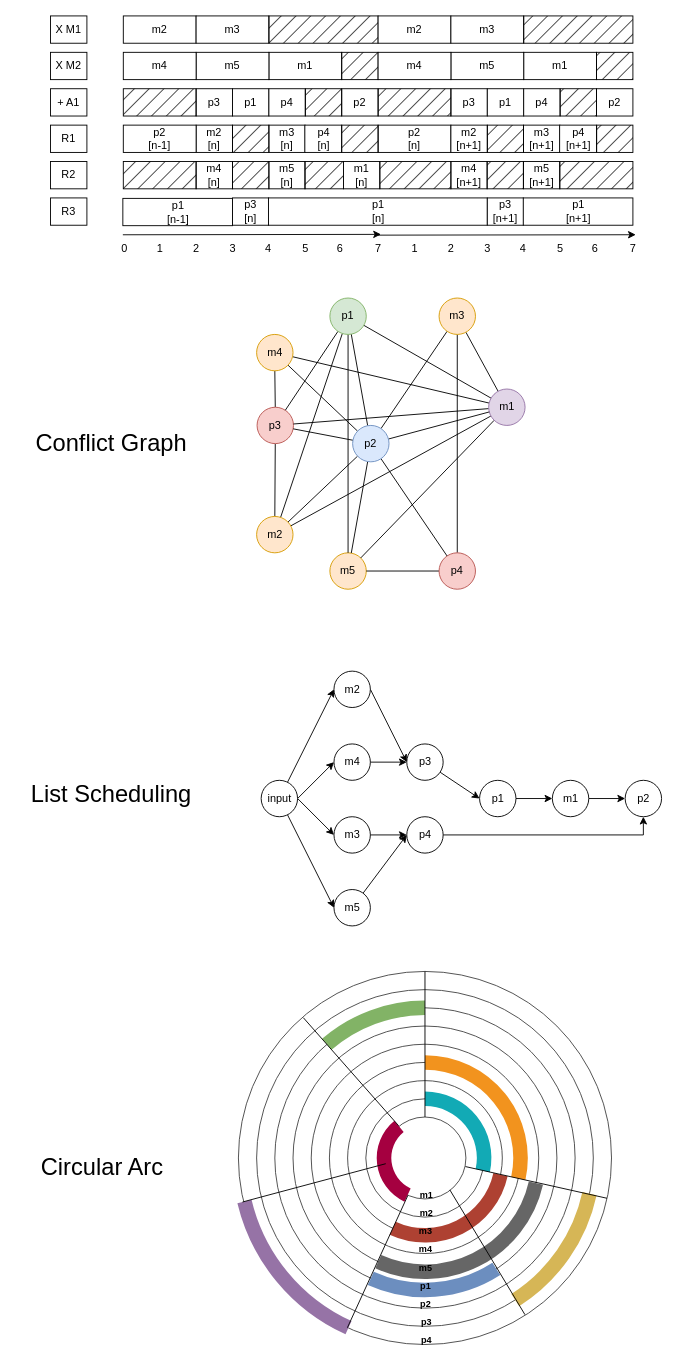
This is page "Circular-arc graph" (3 of 5) of Assignement1/IDSP DrawIO.drawio from martinreinok/IDSP191210950, a draw.io file, before an edit. Source tidied: cells renumbered, new cells numbered last; positions are measured from the earlier drawing's top-left corner, leaving out a move shared by most shapes. Both pictures are drawn from the tidied source at 91%, with x=0, y=0 at pixel (15, 15).
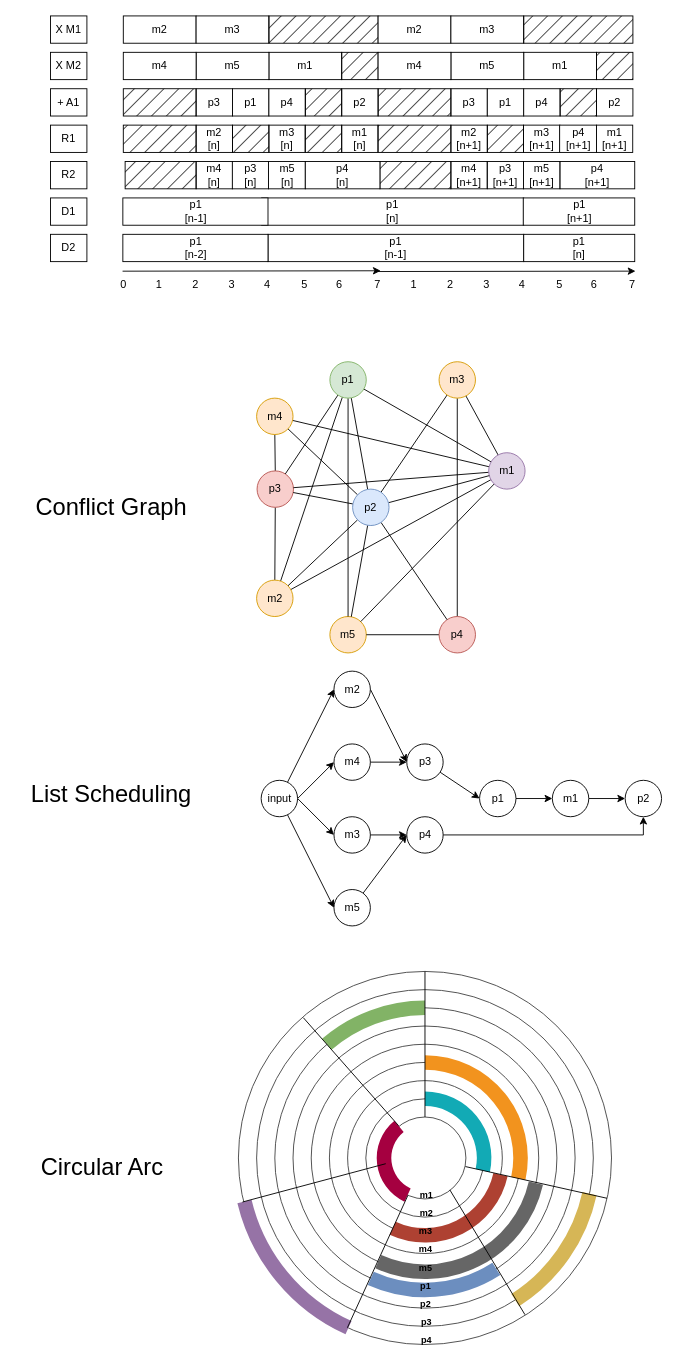
Above is the later version.

Commit message (it also covers changes not shown here):
Added a register for delay

The edit, as a diff of the source:
```diff
@@
     <mxCell id="42" style="edgeStyle=none;rounded=0;jettySize=auto;html=1;fontSize=12;endArrow=none;endFill=0;" parent="1" edge="1" source="45">
       <mxGeometry relative="1" as="geometry">
-        <mxPoint x="358.7" y="349" as="targetPoint" />
+        <mxPoint x="358.7" y="419" as="targetPoint" />
       </mxGeometry>
     </mxCell>
@@
     <mxCell id="45" value="m2" style="ellipse;whiteSpace=wrap;html=1;fontSize=12;fillColor=#ffe6cc;strokeColor=#d79b00;" parent="1" vertex="1">
-      <mxGeometry x="264.5" y="550" width="40" height="40" as="geometry" />
+      <mxGeometry x="264.5" y="620" width="40" height="40" as="geometry" />
     </mxCell>
     <mxCell id="46" style="edgeStyle=none;rounded=0;jettySize=auto;html=1;fontSize=12;endArrow=none;endFill=0;" parent="1" edge="1" target="53">
       <mxGeometry relative="1" as="geometry">
-        <mxPoint x="485" y="350" as="sourcePoint" />
+        <mxPoint x="485" y="420" as="sourcePoint" />
       </mxGeometry>
     </mxCell>
     <mxCell id="47" style="edgeStyle=none;rounded=0;jettySize=auto;html=1;fontSize=12;endArrow=none;endFill=0;" parent="1" edge="1" target="57">
       <mxGeometry relative="1" as="geometry">
-        <mxPoint x="494.5" y="347.6" as="sourcePoint" />
+        <mxPoint x="494.5" y="417.6" as="sourcePoint" />
       </mxGeometry>
     </mxCell>
     <mxCell id="48" style="edgeStyle=none;rounded=0;jettySize=auto;html=1;fontSize=12;endArrow=none;endFill=0;" parent="1" edge="1" target="57">
       <mxGeometry relative="1" as="geometry">
-        <mxPoint x="304" y="374.5" as="sourcePoint" />
+        <mxPoint x="304" y="444.5" as="sourcePoint" />
       </mxGeometry>
     </mxCell>
     <mxCell id="49" style="edgeStyle=none;rounded=0;jettySize=auto;html=1;fontSize=12;endArrow=none;endFill=0;" parent="1" edge="1" target="51">
       <mxGeometry relative="1" as="geometry">
-        <mxPoint x="284.5" y="390" as="sourcePoint" />
+        <mxPoint x="284.5" y="460" as="sourcePoint" />
       </mxGeometry>
     </mxCell>
     <mxCell id="50" value="m5" style="ellipse;whiteSpace=wrap;html=1;fontSize=12;fillColor=#ffe6cc;strokeColor=#d79b00;" parent="1" vertex="1">
-      <mxGeometry x="345" y="590" width="40" height="40" as="geometry" />
+      <mxGeometry x="345" y="660" width="40" height="40" as="geometry" />
     </mxCell>
     <mxCell id="51" value="p3" style="ellipse;whiteSpace=wrap;html=1;fontSize=12;fillColor=#f8cecc;strokeColor=#b85450;" parent="1" vertex="1">
-      <mxGeometry x="265" y="430" width="40" height="40" as="geometry" />
+      <mxGeometry x="265" y="500" width="40" height="40" as="geometry" />
     </mxCell>
@@
     <mxCell id="53" value="p4" style="ellipse;whiteSpace=wrap;html=1;fontSize=12;fillColor=#f8cecc;strokeColor=#b85450;" parent="1" vertex="1">
-      <mxGeometry x="465" y="590" width="40" height="40" as="geometry" />
+      <mxGeometry x="465" y="660" width="40" height="40" as="geometry" />
     </mxCell>
@@
     <mxCell id="55" style="edgeStyle=none;rounded=0;jettySize=auto;html=1;fontSize=12;endArrow=none;endFill=0;" parent="1" edge="1" source="57">
       <mxGeometry relative="1" as="geometry">
-        <mxPoint x="382.3" y="340" as="targetPoint" />
+        <mxPoint x="382.3" y="410" as="targetPoint" />
       </mxGeometry>
     </mxCell>
@@
     <mxCell id="57" value="m1" style="ellipse;whiteSpace=wrap;html=1;fontSize=12;fillColor=#e1d5e7;strokeColor=#9673a6;" parent="1" vertex="1">
-      <mxGeometry x="519.5" y="410" width="40" height="40" as="geometry" />
+      <mxGeometry x="519.5" y="480" width="40" height="40" as="geometry" />
     </mxCell>
     <mxCell id="58" style="edgeStyle=none;rounded=0;jettySize=auto;html=1;fontSize=12;endArrow=none;endFill=0;" parent="1" edge="1" target="50">
       <mxGeometry relative="1" as="geometry">
-        <mxPoint x="365" y="350" as="sourcePoint" />
+        <mxPoint x="365" y="420" as="sourcePoint" />
       </mxGeometry>
     </mxCell>
     <mxCell id="59" style="edgeStyle=none;rounded=0;jettySize=auto;html=1;fontSize=12;endArrow=none;endFill=0;" parent="1" edge="1" target="51">
       <mxGeometry relative="1" as="geometry">
-        <mxPoint x="353.9" y="346.6" as="sourcePoint" />
+        <mxPoint x="353.9" y="416.6" as="sourcePoint" />
       </mxGeometry>
     </mxCell>
     <mxCell id="60" style="edgeStyle=none;rounded=0;jettySize=auto;html=1;fontSize=12;endArrow=none;endFill=0;" parent="1" edge="1" source="68">
       <mxGeometry relative="1" as="geometry">
-        <mxPoint x="299" y="383.8" as="targetPoint" />
+        <mxPoint x="299" y="453.8" as="targetPoint" />
       </mxGeometry>
     </mxCell>
@@
     <mxCell id="66" style="edgeStyle=none;rounded=0;jettySize=auto;html=1;fontSize=12;endArrow=none;endFill=0;" parent="1" edge="1" source="68">
       <mxGeometry relative="1" as="geometry">
-        <mxPoint x="473.8" y="346.6" as="targetPoint" />
+        <mxPoint x="473.8" y="416.6" as="targetPoint" />
       </mxGeometry>
     </mxCell>
     <mxCell id="67" style="edgeStyle=none;rounded=0;jettySize=auto;html=1;fontSize=12;endArrow=none;endFill=0;" parent="1" edge="1" source="68">
       <mxGeometry relative="1" as="geometry">
-        <mxPoint x="368.5" y="349.7" as="targetPoint" />
+        <mxPoint x="368.5" y="419.7" as="targetPoint" />
       </mxGeometry>
     </mxCell>
     <mxCell id="68" value="p2" style="ellipse;whiteSpace=wrap;html=1;fontSize=12;fillColor=#dae8fc;strokeColor=#6c8ebf;" parent="1" vertex="1">
-      <mxGeometry x="370" y="450" width="40" height="40" as="geometry" />
+      <mxGeometry x="370" y="520" width="40" height="40" as="geometry" />
     </mxCell>
     <mxCell id="69" value="Conflict Graph" style="text;html=1;strokeColor=none;fillColor=none;align=center;verticalAlign=middle;whiteSpace=wrap;rounded=0;fontSize=26;" parent="1" vertex="1">
-      <mxGeometry x="9.5" y="455" width="190" height="30" as="geometry" />
+      <mxGeometry x="9.5" y="525" width="190" height="30" as="geometry" />
     </mxCell>
@@
     <mxCell id="99" style="endArrow=classic;html=1;rounded=0;entryX=0.622;entryY=-0.015;entryDx=0;entryDy=0;entryPerimeter=0;" parent="1" edge="1" target="108">
       <mxGeometry relative="1" as="geometry">
-        <mxPoint x="117.5" y="240.5" as="sourcePoint" />
+        <mxPoint x="117.2" y="280.5" as="sourcePoint" />
       </mxGeometry>
     </mxCell>
@@
     <mxCell id="101" value="0" style="text;html=1;align=center;verticalAlign=middle;strokeColor=none;fillColor=none;" parent="1" vertex="1">
-      <mxGeometry x="103.5" y="240.5" width="30" height="30" as="geometry" />
+      <mxGeometry x="103.2" y="280.5" width="30" height="30" as="geometry" />
     </mxCell>
     <mxCell id="102" value="1" style="text;html=1;align=center;verticalAlign=middle;strokeColor=none;fillColor=none;" parent="1" vertex="1">
-      <mxGeometry x="142.5" y="240.5" width="30" height="30" as="geometry" />
+      <mxGeometry x="142.2" y="280.5" width="30" height="30" as="geometry" />
     </mxCell>
     <mxCell id="103" value="2" style="text;html=1;align=center;verticalAlign=middle;strokeColor=none;fillColor=none;" parent="1" vertex="1">
-      <mxGeometry x="182.5" y="240.5" width="30" height="30" as="geometry" />
+      <mxGeometry x="182.2" y="280.5" width="30" height="30" as="geometry" />
     </mxCell>
     <mxCell id="104" value="3" style="text;html=1;align=center;verticalAlign=middle;strokeColor=none;fillColor=none;" parent="1" vertex="1">
-      <mxGeometry x="222.5" y="240.5" width="30" height="30" as="geometry" />
+      <mxGeometry x="222.2" y="280.5" width="30" height="30" as="geometry" />
     </mxCell>
     <mxCell id="105" value="4" style="text;html=1;align=center;verticalAlign=middle;strokeColor=none;fillColor=none;" parent="1" vertex="1">
-      <mxGeometry x="261.5" y="240.5" width="30" height="30" as="geometry" />
+      <mxGeometry x="261.2" y="280.5" width="30" height="30" as="geometry" />
     </mxCell>
     <mxCell id="106" value="5" style="text;html=1;align=center;verticalAlign=middle;strokeColor=none;fillColor=none;" parent="1" vertex="1">
-      <mxGeometry x="302.5" y="240.5" width="30" height="30" as="geometry" />
+      <mxGeometry x="302.2" y="280.5" width="30" height="30" as="geometry" />
     </mxCell>
     <mxCell id="107" value="6" style="text;html=1;align=center;verticalAlign=middle;strokeColor=none;fillColor=none;" parent="1" vertex="1">
-      <mxGeometry x="340.5" y="240.5" width="30" height="30" as="geometry" />
+      <mxGeometry x="340.2" y="280.5" width="30" height="30" as="geometry" />
     </mxCell>
     <mxCell id="108" value="7" style="text;html=1;align=center;verticalAlign=middle;points=[];strokeColor=none;fillColor=none;" parent="1" vertex="1">
-      <mxGeometry x="382.5" y="240.5" width="30" height="30" as="geometry" />
+      <mxGeometry x="382.2" y="280.5" width="30" height="30" as="geometry" />
     </mxCell>
@@
     <mxCell id="127" style="endArrow=classic;html=1;rounded=0;entryX=0.622;entryY=-0.015;entryDx=0;entryDy=0;entryPerimeter=0;" parent="1" edge="1" target="134">
       <mxGeometry relative="1" as="geometry">
-        <mxPoint x="397.5" y="240.9" as="sourcePoint" />
+        <mxPoint x="397.2" y="280.9" as="sourcePoint" />
       </mxGeometry>
     </mxCell>
     <mxCell id="128" value="1" style="text;html=1;align=center;verticalAlign=middle;strokeColor=none;fillColor=none;" parent="1" vertex="1">
-      <mxGeometry x="422.5" y="240.9" width="30" height="30" as="geometry" />
+      <mxGeometry x="422.2" y="280.9" width="30" height="30" as="geometry" />
     </mxCell>
     <mxCell id="129" value="2" style="text;html=1;align=center;verticalAlign=middle;strokeColor=none;fillColor=none;" parent="1" vertex="1">
-      <mxGeometry x="462.5" y="240.9" width="30" height="30" as="geometry" />
+      <mxGeometry x="462.2" y="280.9" width="30" height="30" as="geometry" />
     </mxCell>
     <mxCell id="130" value="3" style="text;html=1;align=center;verticalAlign=middle;strokeColor=none;fillColor=none;" parent="1" vertex="1">
-      <mxGeometry x="502.5" y="240.9" width="30" height="30" as="geometry" />
+      <mxGeometry x="502.2" y="280.9" width="30" height="30" as="geometry" />
     </mxCell>
     <mxCell id="131" value="4" style="text;html=1;align=center;verticalAlign=middle;strokeColor=none;fillColor=none;" parent="1" vertex="1">
-      <mxGeometry x="541.5" y="240.9" width="30" height="30" as="geometry" />
+      <mxGeometry x="541.2" y="280.9" width="30" height="30" as="geometry" />
     </mxCell>
     <mxCell id="132" value="5" style="text;html=1;align=center;verticalAlign=middle;strokeColor=none;fillColor=none;" parent="1" vertex="1">
-      <mxGeometry x="582.5" y="240.9" width="30" height="30" as="geometry" />
+      <mxGeometry x="582.2" y="280.9" width="30" height="30" as="geometry" />
     </mxCell>
     <mxCell id="133" value="6" style="text;html=1;align=center;verticalAlign=middle;strokeColor=none;fillColor=none;" parent="1" vertex="1">
-      <mxGeometry x="620.5" y="240.9" width="30" height="30" as="geometry" />
+      <mxGeometry x="620.2" y="280.9" width="30" height="30" as="geometry" />
     </mxCell>
     <mxCell id="134" value="7" style="text;html=1;align=center;verticalAlign=middle;points=[];strokeColor=none;fillColor=none;" parent="1" vertex="1">
-      <mxGeometry x="662.5" y="240.9" width="30" height="30" as="geometry" />
+      <mxGeometry x="662.2" y="280.9" width="30" height="30" as="geometry" />
     </mxCell>
-    <mxCell id="135" value="R3" style="rounded=0;whiteSpace=wrap;html=1;" parent="1" vertex="1">
+    <mxCell id="135" value="D1" style="rounded=0;whiteSpace=wrap;html=1;" parent="1" vertex="1">
       <mxGeometry x="38" y="200" width="40" height="30" as="geometry" />
     </mxCell>
@@
     <mxCell id="138" value="p3&lt;br&gt;[n]" style="rounded=0;whiteSpace=wrap;html=1;" parent="1" vertex="1">
-      <mxGeometry x="238" y="200" width="39.8" height="30" as="geometry" />
+      <mxGeometry x="237.8" y="160" width="39.8" height="30" as="geometry" />
     </mxCell>
@@
     <mxCell id="140" value="m5&lt;br&gt;[n]" style="rounded=0;whiteSpace=wrap;html=1;" parent="1" vertex="1">
-      <mxGeometry x="278" y="160" width="39.8" height="30" as="geometry" />
+      <mxGeometry x="277.5" y="160" width="40.5" height="30" as="geometry" />
     </mxCell>
     <mxCell id="141" value="p1&lt;br&gt;[n]" style="rounded=0;whiteSpace=wrap;html=1;" parent="1" vertex="1">
-      <mxGeometry x="277.5" y="200" width="240.5" height="30" as="geometry" />
+      <mxGeometry x="270" y="200" width="288" height="30" as="geometry" />
     </mxCell>
-    <mxCell id="142" value="p4&lt;br&gt;[n]" style="rounded=0;whiteSpace=wrap;html=1;" parent="1" vertex="1">
-      <mxGeometry x="317.5" y="120" width="40.5" height="30" as="geometry" />
-    </mxCell>
-    <mxCell id="143" value="p2&lt;br&gt;[n-1]" style="rounded=0;whiteSpace=wrap;html=1;" parent="1" vertex="1">
-      <mxGeometry x="118" y="120" width="80" height="30" as="geometry" />
-    </mxCell>
-    <mxCell id="144" value="p2&lt;br&gt;[n]" style="rounded=0;whiteSpace=wrap;html=1;" parent="1" vertex="1">
-      <mxGeometry x="398" y="120" width="80" height="30" as="geometry" />
-    </mxCell>
@@
     <mxCell id="147" value="p3&lt;br&gt;[n+1]" style="rounded=0;whiteSpace=wrap;html=1;" parent="1" vertex="1">
-      <mxGeometry x="518" y="200" width="39.8" height="30" as="geometry" />
+      <mxGeometry x="518.1" y="160" width="39.8" height="30" as="geometry" />
     </mxCell>
@@
     <mxCell id="150" value="p1&lt;br&gt;[n+1]" style="rounded=0;whiteSpace=wrap;html=1;" parent="1" vertex="1">
-      <mxGeometry x="557.5" y="200" width="120.5" height="30" as="geometry" />
+      <mxGeometry x="557.5" y="200" width="122.5" height="30" as="geometry" />
     </mxCell>
@@
-    <mxCell id="153" style="rounded=0;whiteSpace=wrap;html=1;fillColor=#000000;fillStyle=hatch;" parent="1" vertex="1">
-      <mxGeometry x="358" y="120" width="40" height="30" as="geometry" />
-    </mxCell>
@@
-    <mxCell id="155" style="rounded=0;whiteSpace=wrap;html=1;fillColor=#000000;fillStyle=hatch;" parent="1" vertex="1">
-      <mxGeometry x="638.2" y="120" width="39.8" height="30" as="geometry" />
-    </mxCell>
-    <mxCell id="156" style="rounded=0;whiteSpace=wrap;html=1;fillColor=#000000;fillStyle=hatch;" parent="1" vertex="1">
-      <mxGeometry x="517.8" y="160" width="39.8" height="30" as="geometry" />
-    </mxCell>
-    <mxCell id="157" style="rounded=0;whiteSpace=wrap;html=1;fillColor=#000000;fillStyle=hatch;" parent="1" vertex="1">
-      <mxGeometry x="238" y="160" width="40" height="30" as="geometry" />
-    </mxCell>
-    <mxCell id="158" style="rounded=0;whiteSpace=wrap;html=1;fillColor=#000000;fillStyle=hatch;" parent="1" vertex="1">
-      <mxGeometry x="118" y="160" width="80" height="30" as="geometry" />
-    </mxCell>
-    <mxCell id="159" style="rounded=0;whiteSpace=wrap;html=1;fillColor=#000000;fillStyle=hatch;" parent="1" vertex="1">
-      <mxGeometry x="317.5" y="160" width="42.5" height="30" as="geometry" />
-    </mxCell>
-    <mxCell id="160" style="rounded=0;whiteSpace=wrap;html=1;fillColor=#000000;fillStyle=hatch;" parent="1" vertex="1">
-      <mxGeometry x="597.5" y="160" width="80.5" height="30" as="geometry" />
-    </mxCell>
     <mxCell id="161" value="p1&lt;br&gt;[n-1]" style="rounded=0;whiteSpace=wrap;html=1;" parent="1" vertex="1">
-      <mxGeometry x="117.5" y="200.5" width="120.5" height="30" as="geometry" />
+      <mxGeometry x="117.5" y="200" width="159.5" height="30" as="geometry" />
     </mxCell>
     <mxCell id="162" value="m4" style="ellipse;whiteSpace=wrap;html=1;fontSize=12;fillColor=#ffe6cc;strokeColor=#d79b00;" parent="1" vertex="1">
-      <mxGeometry x="264.5" y="350" width="40" height="40" as="geometry" />
+      <mxGeometry x="264.5" y="420" width="40" height="40" as="geometry" />
     </mxCell>
     <mxCell id="163" value="p1" style="ellipse;whiteSpace=wrap;html=1;fontSize=12;fillColor=#d5e8d4;strokeColor=#82b366;" parent="1" vertex="1">
-      <mxGeometry x="345" y="310" width="40" height="40" as="geometry" />
+      <mxGeometry x="345" y="380" width="40" height="40" as="geometry" />
     </mxCell>
     <mxCell id="164" value="m3" style="ellipse;whiteSpace=wrap;html=1;fontSize=12;fillColor=#ffe6cc;strokeColor=#d79b00;" parent="1" vertex="1">
-      <mxGeometry x="465" y="310" width="40" height="40" as="geometry" />
+      <mxGeometry x="465" y="380" width="40" height="40" as="geometry" />
     </mxCell>
     <mxCell id="165" value="m1&lt;br&gt;[n]" style="rounded=0;whiteSpace=wrap;html=1;" parent="1" vertex="1">
-      <mxGeometry x="360" y="160" width="39.8" height="30" as="geometry" />
+      <mxGeometry x="358" y="120" width="39.8" height="30" as="geometry" />
     </mxCell>
+    <mxCell id="167" value="p1&lt;br&gt;[n-1]" style="rounded=0;whiteSpace=wrap;html=1;" parent="1" vertex="1">
+      <mxGeometry x="277" y="240" width="281" height="30" as="geometry" />
+    </mxCell>
+    <mxCell id="168" value="D2" style="rounded=0;whiteSpace=wrap;html=1;" parent="1" vertex="1">
+      <mxGeometry x="38" y="240" width="40" height="30" as="geometry" />
+    </mxCell>
+    <mxCell id="169" value="p1&lt;br&gt;[n]" style="rounded=0;whiteSpace=wrap;html=1;" parent="1" vertex="1">
+      <mxGeometry x="558" y="240" width="122" height="30" as="geometry" />
+    </mxCell>
+    <mxCell id="170" value="p1&lt;br&gt;[n-2]" style="rounded=0;whiteSpace=wrap;html=1;" parent="1" vertex="1">
+      <mxGeometry x="117.5" y="240" width="159.5" height="30" as="geometry" />
+    </mxCell>
@@
+    <mxCell id="171" style="rounded=0;whiteSpace=wrap;html=1;fillColor=#000000;fillStyle=hatch;" parent="1" vertex="1">
+      <mxGeometry x="120" y="160" width="78" height="30" as="geometry" />
+    </mxCell>
+    <mxCell id="172" value="m1&lt;br&gt;[n+1]" style="rounded=0;whiteSpace=wrap;html=1;" parent="1" vertex="1">
+      <mxGeometry x="638" y="120" width="39.8" height="30" as="geometry" />
+    </mxCell>
+    <mxCell id="142" value="p4&lt;br&gt;[n]" style="rounded=0;whiteSpace=wrap;html=1;" parent="1" vertex="1">
+      <mxGeometry x="318" y="160" width="82" height="30" as="geometry" />
+    </mxCell>
+    <mxCell id="173" style="rounded=0;whiteSpace=wrap;html=1;fillColor=#000000;fillStyle=hatch;" parent="1" vertex="1">
+      <mxGeometry x="318" y="120" width="40" height="30" as="geometry" />
+    </mxCell>
+    <mxCell id="174" value="p4&lt;br&gt;[n+1]" style="rounded=0;whiteSpace=wrap;html=1;" parent="1" vertex="1">
+      <mxGeometry x="598" y="160" width="82" height="30" as="geometry" />
+    </mxCell>
+    <mxCell id="175" style="rounded=0;whiteSpace=wrap;html=1;fillColor=#000000;fillStyle=hatch;" parent="1" vertex="1">
+      <mxGeometry x="118" y="120" width="80" height="30" as="geometry" />
+    </mxCell>
+    <mxCell id="176" style="rounded=0;whiteSpace=wrap;html=1;fillColor=#000000;fillStyle=hatch;" parent="1" vertex="1">
+      <mxGeometry x="398" y="120" width="80" height="30" as="geometry" />
+    </mxCell>
```
